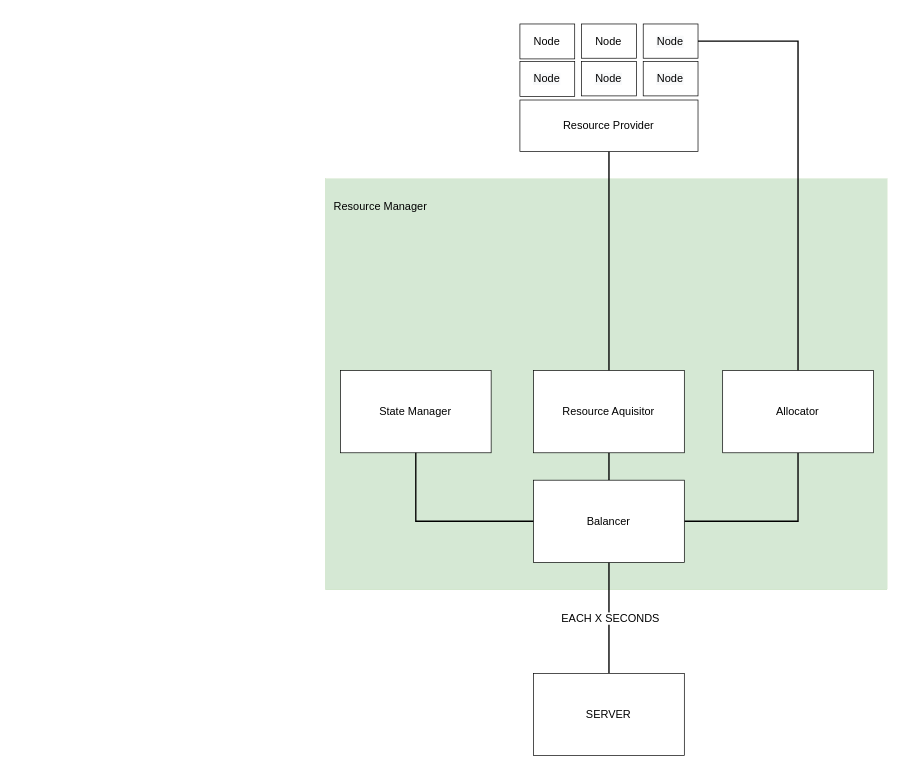
viniciusbds/diagrams keeps this draw.io diagram as Untitled Diagram.drawio. Above is the earlier version. Source tidied: cells renumbered, new cells numbered last; positions are measured from the earlier drawing's top-left corner, leaving out a move shared by most shapes. Both pictures are drawn from the tidied source at 137%, with x=0, y=0 at pixel (325, 23).
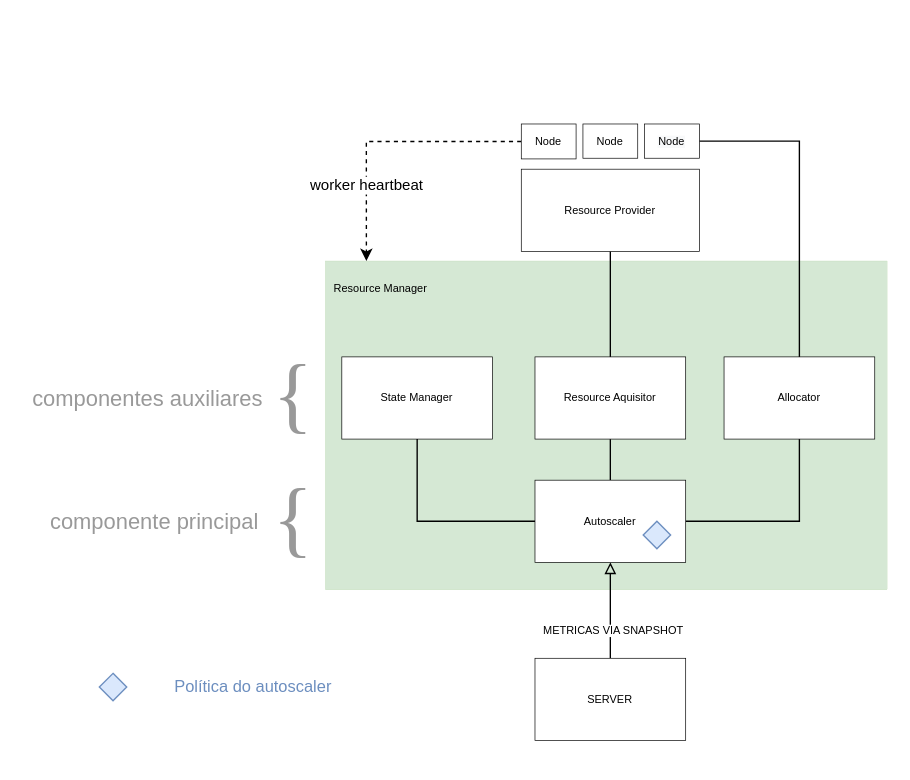
Above is the later version.

Diff of the diagram source:
```diff
@@
     <mxCell id="2" style="rounded=0;whiteSpace=wrap;html=1;strokeColor=#82b366;strokeWidth=0;fillColor=#d5e8d4;" parent="1" vertex="1">
-      <mxGeometry y="113" width="410" height="300" as="geometry" />
+      <mxGeometry y="173" width="410" height="240" as="geometry" />
     </mxCell>
     <mxCell id="3" value="State Manager" style="rounded=0;whiteSpace=wrap;html=1;fontFamily=Helvetica;fontSize=8;strokeColor=default;strokeWidth=0.5;" parent="1" vertex="1">
-      <mxGeometry x="11" y="253" width="110" height="60" as="geometry" />
+      <mxGeometry x="12" y="243" width="110" height="60" as="geometry" />
     </mxCell>
@@
-    <mxCell id="5" style="edgeStyle=orthogonalEdgeStyle;rounded=0;jettySize=auto;html=1;exitX=0.5;exitY=0;exitDx=0;exitDy=0;fontFamily=Helvetica;fontSize=8;endArrow=none;endFill=0;entryX=0.5;entryY=1;entryDx=0;entryDy=0;" parent="1" edge="1" source="9" target="15">
-      <mxGeometry relative="1" as="geometry" />
-    </mxCell>
-    <mxCell id="6" style="edgeStyle=orthogonalEdgeStyle;rounded=0;jettySize=auto;html=1;exitX=0.5;exitY=1;exitDx=0;exitDy=0;entryX=0.5;entryY=0;entryDx=0;entryDy=0;fontFamily=Helvetica;fontSize=8;endArrow=none;endFill=0;" parent="1" edge="1" source="9" target="12">
+    <mxCell id="6" style="edgeStyle=orthogonalEdgeStyle;rounded=0;jettySize=auto;html=1;exitX=0.5;exitY=1;exitDx=0;exitDy=0;entryX=0.5;entryY=0;entryDx=0;entryDy=0;fontFamily=Helvetica;fontSize=8;endArrow=none;endFill=0;startArrow=block;startFill=0;" parent="1" edge="1" source="9" target="12">
       <mxGeometry relative="1" as="geometry" />
     </mxCell>
-    <mxCell id="7" value="EACH X SECONDS" style="edgeLabel;html=1;align=center;verticalAlign=middle;fontSize=8;fontFamily=Helvetica;" parent="6" vertex="1">
+    <mxCell id="7" value="METRICAS VIA SNAPSHOT" style="edgeLabel;html=1;align=center;verticalAlign=middle;fontSize=8;fontFamily=Helvetica;" parent="6" vertex="1">
       <mxGeometry x="-0.14" relative="1" as="geometry">
-        <mxPoint y="5" as="offset" />
+        <mxPoint x="1" y="19" as="offset" />
       </mxGeometry>
     </mxCell>
@@
+    <mxCell id="5" style="edgeStyle=orthogonalEdgeStyle;rounded=0;jettySize=auto;html=1;exitX=0.5;exitY=0;exitDx=0;exitDy=0;entryX=0.5;entryY=1;entryDx=0;entryDy=0;fontFamily=Times New Roman;fontSize=16;fontColor=#999999;startArrow=none;startFill=0;endArrow=none;endFill=0;" parent="1" edge="1" source="9" target="15">
+      <mxGeometry relative="1" as="geometry" />
+    </mxCell>
-    <mxCell id="9" value="Balancer" style="rounded=0;whiteSpace=wrap;html=1;fontFamily=Helvetica;fontSize=8;strokeColor=default;strokeWidth=0.5;" parent="1" vertex="1">
-      <mxGeometry x="152" y="333" width="110" height="60" as="geometry" />
+    <mxCell id="9" value="Autoscaler" style="rounded=0;whiteSpace=wrap;html=1;fontFamily=Helvetica;fontSize=8;strokeColor=default;strokeWidth=0.5;" parent="1" vertex="1">
+      <mxGeometry x="153" y="333" width="110" height="60" as="geometry" />
     </mxCell>
@@
     <mxCell id="11" value="Allocator" style="rounded=0;whiteSpace=wrap;html=1;fontFamily=Helvetica;fontSize=8;strokeColor=default;strokeWidth=0.5;" parent="1" vertex="1">
-      <mxGeometry x="290" y="253" width="110" height="60" as="geometry" />
+      <mxGeometry x="291" y="243" width="110" height="60" as="geometry" />
     </mxCell>
     <mxCell id="12" value="SERVER" style="rounded=0;whiteSpace=wrap;html=1;fontFamily=Helvetica;fontSize=8;strokeColor=default;strokeWidth=0.5;" parent="1" vertex="1">
-      <mxGeometry x="152" y="474" width="110" height="60" as="geometry" />
+      <mxGeometry x="153" y="463" width="110" height="60" as="geometry" />
     </mxCell>
     <mxCell id="13" value="Resource Manager" style="text;html=1;align=center;verticalAlign=middle;strokeColor=none;fillColor=none;fontSize=8;fontFamily=Helvetica;strokeWidth=1;fontStyle=0;" parent="1" vertex="1">
-      <mxGeometry y="123" width="80" height="20" as="geometry" />
+      <mxGeometry y="183" width="80" height="20" as="geometry" />
     </mxCell>
-    <mxCell id="14" style="edgeStyle=orthogonalEdgeStyle;rounded=0;jettySize=auto;html=1;exitX=0.5;exitY=0;exitDx=0;exitDy=0;endArrow=none;endFill=0;entryX=0.5;entryY=1;entryDx=0;entryDy=0;" parent="1" edge="1" source="15" target="16">
-      <mxGeometry relative="1" as="geometry">
-        <Array as="points">
-          <mxPoint x="207" y="93" />
-          <mxPoint x="207" y="93" />
-        </Array>
-      </mxGeometry>
-    </mxCell>
     <mxCell id="15" value="Resource Aquisitor" style="rounded=0;whiteSpace=wrap;html=1;fontFamily=Helvetica;fontSize=8;strokeColor=default;strokeWidth=0.5;" parent="1" vertex="1">
-      <mxGeometry x="152" y="253" width="110" height="60" as="geometry" />
+      <mxGeometry x="153" y="243" width="110" height="60" as="geometry" />
     </mxCell>
+    <mxCell id="23" style="edgeStyle=orthogonalEdgeStyle;rounded=0;jettySize=auto;html=1;exitX=0.5;exitY=1;exitDx=0;exitDy=0;entryX=0.5;entryY=0;entryDx=0;entryDy=0;fontFamily=Times New Roman;fontSize=16;fontColor=#999999;startArrow=none;startFill=0;endArrow=none;endFill=0;" parent="1" edge="1" source="16" target="15">
+      <mxGeometry relative="1" as="geometry" />
+    </mxCell>
     <mxCell id="16" value="Resource Provider" style="rounded=0;whiteSpace=wrap;html=1;fontFamily=Helvetica;fontSize=8;strokeColor=default;strokeWidth=0.5;" parent="1" vertex="1">
-      <mxGeometry x="142" y="55.5" width="130" height="37.5" as="geometry" />
+      <mxGeometry x="143" y="106" width="130" height="60" as="geometry" />
     </mxCell>
+    <mxCell id="24" style="edgeStyle=orthogonalEdgeStyle;rounded=0;jettySize=auto;html=1;exitX=0;exitY=0.5;exitDx=0;exitDy=0;entryX=0.073;entryY=0;entryDx=0;entryDy=0;entryPerimeter=0;dashed=1;" parent="1" edge="1" source="17" target="2">
+      <mxGeometry relative="1" as="geometry">
+        <Array as="points">
+          <mxPoint x="30" y="86" />
+        </Array>
+      </mxGeometry>
+    </mxCell>
+    <mxCell id="25" value="worker heartbeat" style="edgeLabel;html=1;align=center;verticalAlign=middle;" parent="24" vertex="1">
+      <mxGeometry x="-0.01" y="1" relative="1" as="geometry">
+        <mxPoint x="-15" y="31" as="offset" />
+      </mxGeometry>
+    </mxCell>
     <mxCell id="17" value="Node" style="rounded=0;whiteSpace=wrap;html=1;fontFamily=Helvetica;fontSize=8;strokeColor=default;strokeWidth=0.5;" parent="1" vertex="1">
-      <mxGeometry x="142" width="40" height="25.5" as="geometry" />
+      <mxGeometry x="143" y="73" width="40" height="25.5" as="geometry" />
     </mxCell>
     <mxCell id="18" value="Node" style="rounded=0;whiteSpace=wrap;html=1;fontFamily=Helvetica;fontSize=8;strokeColor=default;strokeWidth=0.5;" parent="1" vertex="1">
-      <mxGeometry x="187" width="40" height="25" as="geometry" />
+      <mxGeometry x="188" y="73" width="40" height="25" as="geometry" />
     </mxCell>
     <mxCell id="19" value="&lt;span style=&quot;color: rgb(0, 0, 0); font-family: Helvetica; font-size: 8px; font-style: normal; font-variant-ligatures: normal; font-variant-caps: normal; font-weight: 400; letter-spacing: normal; orphans: 2; text-align: center; text-indent: 0px; text-transform: none; widows: 2; word-spacing: 0px; -webkit-text-stroke-width: 0px; background-color: rgb(248, 249, 250); text-decoration-thickness: initial; text-decoration-style: initial; text-decoration-color: initial; float: none; display: inline !important;&quot;&gt;Node&lt;/span&gt;" style="rounded=0;whiteSpace=wrap;html=1;fontFamily=Helvetica;fontSize=8;strokeColor=default;strokeWidth=0.5;" parent="1" vertex="1">
-      <mxGeometry x="232" width="40" height="25" as="geometry" />
+      <mxGeometry x="233" y="73" width="40" height="25" as="geometry" />
     </mxCell>
-    <mxCell id="20" value="&lt;span style=&quot;color: rgb(0, 0, 0); font-family: Helvetica; font-size: 8px; font-style: normal; font-variant-ligatures: normal; font-variant-caps: normal; font-weight: 400; letter-spacing: normal; orphans: 2; text-align: center; text-indent: 0px; text-transform: none; widows: 2; word-spacing: 0px; -webkit-text-stroke-width: 0px; background-color: rgb(248, 249, 250); text-decoration-thickness: initial; text-decoration-style: initial; text-decoration-color: initial; float: none; display: inline !important;&quot;&gt;Node&lt;/span&gt;" style="rounded=0;whiteSpace=wrap;html=1;fontFamily=Helvetica;fontSize=8;strokeColor=default;strokeWidth=0.5;" parent="1" vertex="1">
-      <mxGeometry x="142" y="27.5" width="40" height="25.5" as="geometry" />
-    </mxCell>
-    <mxCell id="21" value="&lt;span style=&quot;color: rgb(0, 0, 0); font-family: Helvetica; font-size: 8px; font-style: normal; font-variant-ligatures: normal; font-variant-caps: normal; font-weight: 400; letter-spacing: normal; orphans: 2; text-align: center; text-indent: 0px; text-transform: none; widows: 2; word-spacing: 0px; -webkit-text-stroke-width: 0px; background-color: rgb(248, 249, 250); text-decoration-thickness: initial; text-decoration-style: initial; text-decoration-color: initial; float: none; display: inline !important;&quot;&gt;Node&lt;/span&gt;" style="rounded=0;whiteSpace=wrap;html=1;fontFamily=Helvetica;fontSize=8;strokeColor=default;strokeWidth=0.5;" parent="1" vertex="1">
-      <mxGeometry x="187" y="27.5" width="40" height="25" as="geometry" />
-    </mxCell>
-    <mxCell id="22" value="&lt;span style=&quot;color: rgb(0, 0, 0); font-family: Helvetica; font-size: 8px; font-style: normal; font-variant-ligatures: normal; font-variant-caps: normal; font-weight: 400; letter-spacing: normal; orphans: 2; text-align: center; text-indent: 0px; text-transform: none; widows: 2; word-spacing: 0px; -webkit-text-stroke-width: 0px; background-color: rgb(248, 249, 250); text-decoration-thickness: initial; text-decoration-style: initial; text-decoration-color: initial; float: none; display: inline !important;&quot;&gt;Node&lt;/span&gt;" style="rounded=0;whiteSpace=wrap;html=1;fontFamily=Helvetica;fontSize=8;strokeColor=default;strokeWidth=0.5;" parent="1" vertex="1">
-      <mxGeometry x="232" y="27.5" width="40" height="25" as="geometry" />
-    </mxCell>
+    <mxCell id="26" style="edgeStyle=orthogonalEdgeStyle;rounded=0;orthogonalLoop=1;jettySize=auto;html=1;exitX=0.5;exitY=1;exitDx=0;exitDy=0;dashed=1;" parent="1" edge="1" source="16" target="16">
+      <mxGeometry relative="1" as="geometry" />
+    </mxCell>
+    <mxCell id="27" style="rhombus;whiteSpace=wrap;html=1;fillColor=#dae8fc;strokeColor=#6c8ebf;" parent="1" vertex="1">
+      <mxGeometry x="232" y="363" width="20" height="20" as="geometry" />
+    </mxCell>
+    <mxCell id="28" style="rhombus;whiteSpace=wrap;html=1;fillColor=#dae8fc;strokeColor=#6c8ebf;fontColor=#6C8EBF;" parent="1" vertex="1">
+      <mxGeometry x="-165" y="474" width="20" height="20" as="geometry" />
+    </mxCell>
+    <mxCell id="29" value="Política do autoscaler" style="text;html=1;align=center;verticalAlign=middle;strokeColor=none;fillColor=none;fontColor=#6C8EBF;" parent="1" vertex="1">
+      <mxGeometry x="-118" y="474" width="130" height="20" as="geometry" />
+    </mxCell>
+    <mxCell id="30" value="{" style="text;whiteSpace=wrap;html=1;fontColor=#999999;fontSize=61;fontFamily=Times New Roman;" parent="1" vertex="1">
+      <mxGeometry x="-40" y="228" width="40" height="90" as="geometry" />
+    </mxCell>
+    <mxCell id="31" value="{" style="text;whiteSpace=wrap;html=1;fontColor=#999999;fontSize=61;fontStyle=0;fontFamily=Times New Roman;" parent="1" vertex="1">
+      <mxGeometry x="-40" y="318" width="40" height="90" as="geometry" />
+    </mxCell>
+    <mxCell id="32" value="componente principal" style="text;html=1;align=center;verticalAlign=middle;strokeColor=none;fillColor=none;fontSize=16;fontColor=#999999;" parent="1" vertex="1">
+      <mxGeometry x="-210" y="353" width="170" height="20" as="geometry" />
+    </mxCell>
+    <mxCell id="33" value="componentes auxiliares" style="text;html=1;align=center;verticalAlign=middle;strokeColor=none;fillColor=none;fontSize=16;fontColor=#999999;" parent="1" vertex="1">
+      <mxGeometry x="-220" y="263" width="180" height="20" as="geometry" />
+    </mxCell>
```
